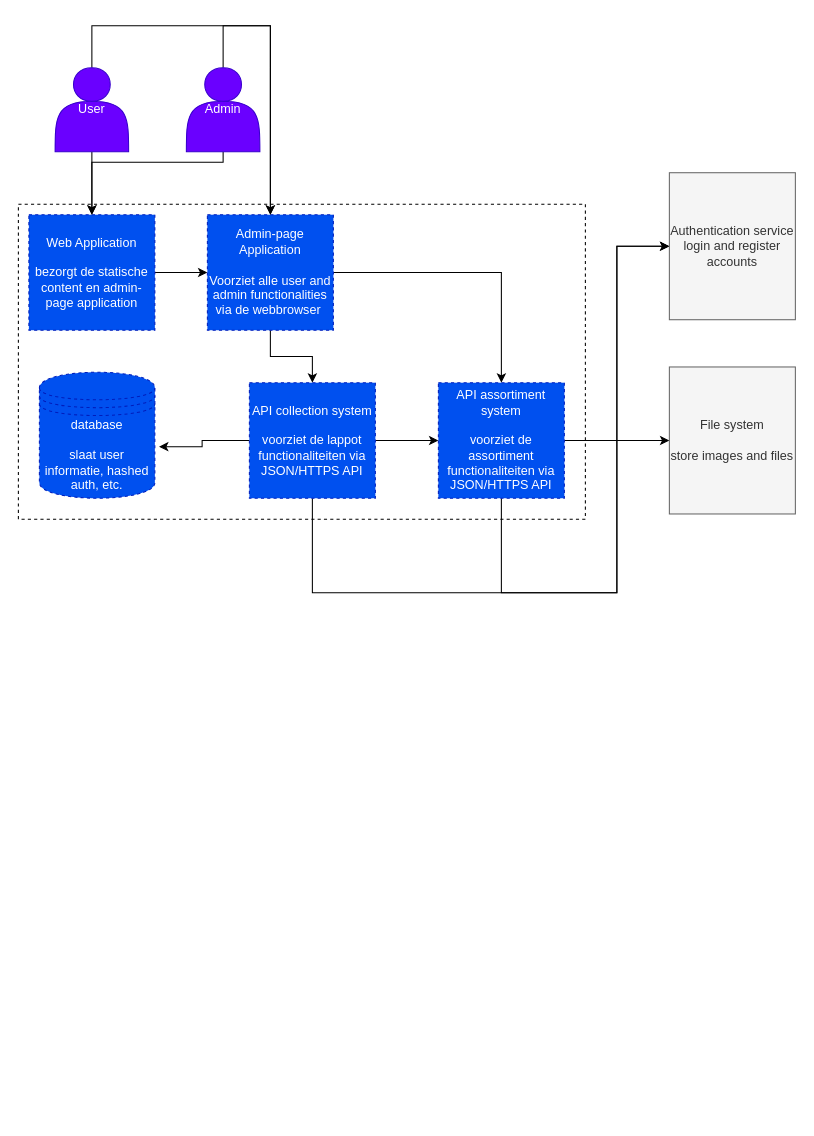
Earlier version of the draw.io diagram page "C2" (2 of 3) of documentatie/semester3 ip.drawio (Maarten14NL/CantineCollection). Source tidied: cells renumbered, new cells numbered last; positions are measured from the earlier drawing's top-left corner, leaving out a move shared by most shapes. Both pictures are drawn from the tidied source at 105%, with x=0, y=0 at pixel (18, 25).
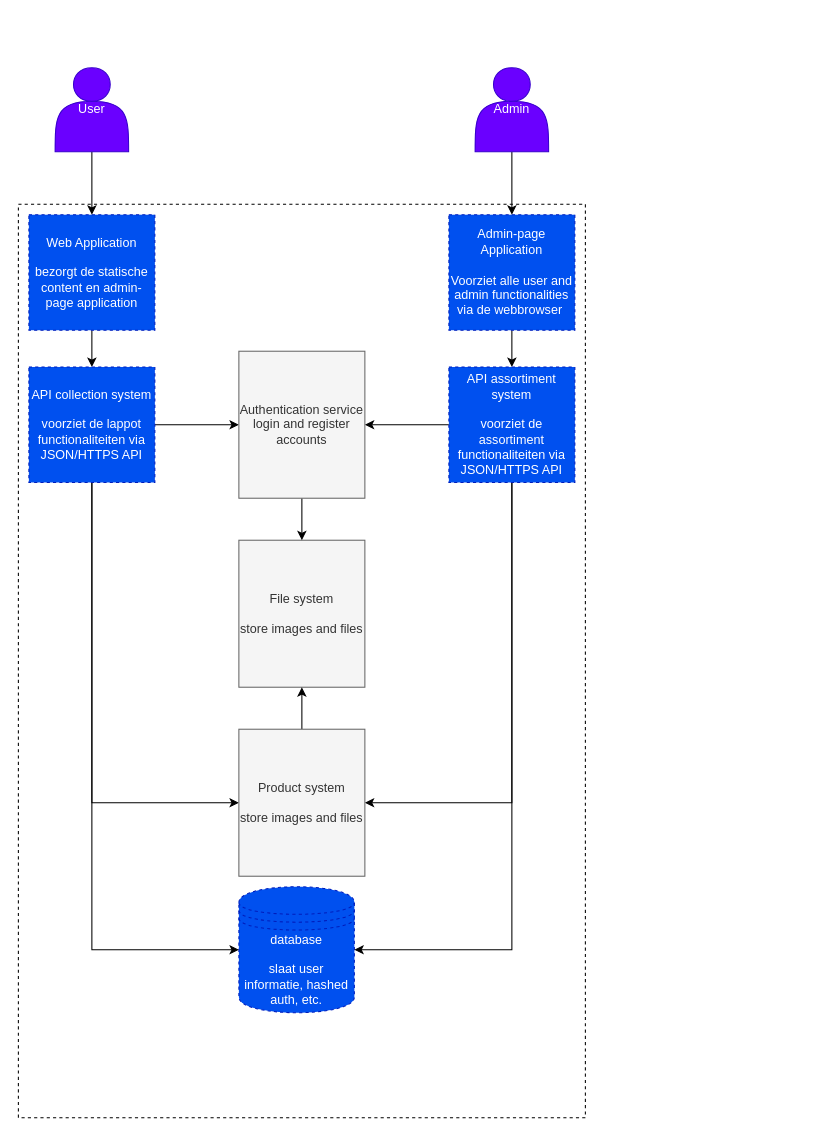
Above is the later version.

The change refers to these unchanged cells:
```xml
<mxCell id="4" value="Web Application&lt;br&gt;&lt;br&gt;bezorgt de statische content en admin-page application" style="rounded=0;whiteSpace=wrap;html=1;dashed=1;fillColor=#0050ef;strokeColor=#001DBC;fontColor=#ffffff;" parent="1" vertex="1">
  <mxGeometry x="10" y="180" width="120" height="110" as="geometry" />
</mxCell>
<mxCell id="18" value="User" style="shape=actor;whiteSpace=wrap;html=1;fillColor=#6a00ff;strokeColor=#3700CC;fontColor=#ffffff;" parent="1" vertex="1">
  <mxGeometry x="35" y="40" width="70" height="80" as="geometry" />
</mxCell>
```

Change to the diagram source:
```diff
@@
     <mxCell id="2" style="rounded=0;whiteSpace=wrap;html=1;fillColor=none;dashed=1;" parent="1" vertex="1">
-      <mxGeometry y="170" width="540" height="300" as="geometry" />
+      <mxGeometry y="170" width="540" height="870" as="geometry" />
     </mxCell>
-    <mxCell id="3" style="edgeStyle=orthogonalEdgeStyle;rounded=0;jettySize=auto;html=1;entryX=0;entryY=0.5;entryDx=0;entryDy=0;" parent="1" edge="1" source="4" target="7">
-      <mxGeometry relative="1" as="geometry" />
-    </mxCell>
+    <mxCell id="24" style="edgeStyle=orthogonalEdgeStyle;rounded=0;jettySize=auto;html=1;entryX=0.5;entryY=0;entryDx=0;entryDy=0;" parent="1" edge="1" source="4" target="12">
+      <mxGeometry relative="1" as="geometry" />
+    </mxCell>
@@
-    <mxCell id="5" style="edgeStyle=orthogonalEdgeStyle;rounded=0;jettySize=auto;html=1;entryX=0.5;entryY=0;entryDx=0;entryDy=0;" parent="1" edge="1" source="7" target="12">
-      <mxGeometry relative="1" as="geometry" />
-    </mxCell>
-    <mxCell id="6" style="edgeStyle=orthogonalEdgeStyle;rounded=0;jettySize=auto;html=1;" parent="1" edge="1" source="7" target="15">
+    <mxCell id="6" style="edgeStyle=orthogonalEdgeStyle;rounded=0;jettySize=auto;html=1;entryX=0.5;entryY=0;entryDx=0;entryDy=0;" parent="1" edge="1" source="7" target="15">
       <mxGeometry relative="1" as="geometry" />
     </mxCell>
     <mxCell id="7" value="Admin-page Application&lt;br&gt;&lt;br&gt;Voorziet alle user and admin functionalities via de webbrowser&amp;nbsp;" style="rounded=0;whiteSpace=wrap;html=1;dashed=1;fillColor=#0050ef;strokeColor=#001DBC;fontColor=#ffffff;" parent="1" vertex="1">
-      <mxGeometry x="180" y="180" width="120" height="110" as="geometry" />
+      <mxGeometry x="410" y="180" width="120" height="110" as="geometry" />
     </mxCell>
     <mxCell id="8" value="database&lt;br&gt;&lt;br&gt;slaat user informatie, hashed auth, etc." style="shape=datastore;whiteSpace=wrap;html=1;dashed=1;fillColor=#0050ef;strokeColor=#001DBC;fontColor=#ffffff;" parent="1" vertex="1">
-      <mxGeometry x="20" y="330" width="110" height="120" as="geometry" />
+      <mxGeometry x="210" y="820" width="110" height="120" as="geometry" />
     </mxCell>
+    <mxCell id="11" style="edgeStyle=orthogonalEdgeStyle;rounded=0;jettySize=auto;html=1;entryX=0;entryY=0.5;entryDx=0;entryDy=0;" parent="1" edge="1" source="12" target="23">
+      <mxGeometry relative="1" as="geometry" />
+    </mxCell>
+    <mxCell id="25" style="edgeStyle=orthogonalEdgeStyle;rounded=0;jettySize=auto;html=1;entryX=0;entryY=0.5;entryDx=0;entryDy=0;" parent="1" edge="1" source="12" target="30">
+      <mxGeometry relative="1" as="geometry">
+        <Array as="points">
+          <mxPoint x="70" y="740" />
+        </Array>
+      </mxGeometry>
+    </mxCell>
-    <mxCell id="9" style="edgeStyle=orthogonalEdgeStyle;rounded=0;jettySize=auto;html=1;entryX=1.036;entryY=0.591;entryDx=0;entryDy=0;entryPerimeter=0;" parent="1" edge="1" source="12" target="8">
-      <mxGeometry relative="1" as="geometry" />
+    <mxCell id="9" style="edgeStyle=orthogonalEdgeStyle;rounded=0;jettySize=auto;html=1;entryX=0;entryY=0.5;entryDx=0;entryDy=0;" parent="1" edge="1" source="12" target="8">
+      <mxGeometry relative="1" as="geometry">
+        <Array as="points">
+          <mxPoint x="70" y="880" />
+        </Array>
+      </mxGeometry>
     </mxCell>
-    <mxCell id="10" style="edgeStyle=orthogonalEdgeStyle;rounded=0;jettySize=auto;html=1;entryX=0;entryY=0.5;entryDx=0;entryDy=0;" parent="1" edge="1" source="12" target="15">
-      <mxGeometry relative="1" as="geometry" />
-    </mxCell>
-    <mxCell id="11" style="edgeStyle=orthogonalEdgeStyle;rounded=0;jettySize=auto;html=1;entryX=0;entryY=0.5;entryDx=0;entryDy=0;" parent="1" edge="1" source="12" target="23">
-      <mxGeometry relative="1" as="geometry">
-        <Array as="points">
-          <mxPoint x="280" y="540" />
-          <mxPoint x="570" y="540" />
-          <mxPoint x="570" y="210" />
-        </Array>
-      </mxGeometry>
-    </mxCell>
     <mxCell id="12" value="API collection system&lt;br&gt;&lt;br&gt;voorziet de lappot functionaliteiten via JSON/HTTPS API" style="rounded=0;whiteSpace=wrap;html=1;dashed=1;fillColor=#0050ef;strokeColor=#001DBC;fontColor=#ffffff;" parent="1" vertex="1">
-      <mxGeometry x="220" y="340" width="120" height="110" as="geometry" />
+      <mxGeometry x="10" y="325" width="120" height="110" as="geometry" />
     </mxCell>
-    <mxCell id="13" style="edgeStyle=orthogonalEdgeStyle;rounded=0;jettySize=auto;html=1;entryX=0;entryY=0.5;entryDx=0;entryDy=0;" parent="1" edge="1" source="15" target="22">
-      <mxGeometry relative="1" as="geometry" />
-    </mxCell>
-    <mxCell id="14" style="edgeStyle=orthogonalEdgeStyle;rounded=0;jettySize=auto;html=1;entryX=0;entryY=0.5;entryDx=0;entryDy=0;" parent="1" edge="1" source="15" target="23">
-      <mxGeometry relative="1" as="geometry">
-        <Array as="points">
-          <mxPoint x="460" y="540" />
-          <mxPoint x="570" y="540" />
-          <mxPoint x="570" y="210" />
-        </Array>
-      </mxGeometry>
+    <mxCell id="14" style="edgeStyle=orthogonalEdgeStyle;rounded=0;jettySize=auto;html=1;exitX=0;exitY=0.5;exitDx=0;exitDy=0;entryX=1;entryY=0.5;entryDx=0;entryDy=0;" parent="1" edge="1" source="15" target="23">
+      <mxGeometry relative="1" as="geometry" />
     </mxCell>
+    <mxCell id="26" style="edgeStyle=orthogonalEdgeStyle;rounded=0;jettySize=auto;html=1;entryX=1;entryY=0.5;entryDx=0;entryDy=0;" parent="1" edge="1" source="15" target="30">
+      <mxGeometry relative="1" as="geometry">
+        <Array as="points">
+          <mxPoint x="470" y="740" />
+        </Array>
+      </mxGeometry>
+    </mxCell>
+    <mxCell id="27" style="edgeStyle=orthogonalEdgeStyle;rounded=0;jettySize=auto;html=1;entryX=1;entryY=0.5;entryDx=0;entryDy=0;" parent="1" edge="1" source="15" target="8">
+      <mxGeometry relative="1" as="geometry">
+        <Array as="points">
+          <mxPoint x="470" y="880" />
+        </Array>
+      </mxGeometry>
+    </mxCell>
     <mxCell id="15" value="API assortiment system&lt;br&gt;&lt;br&gt;voorziet de assortiment functionaliteiten via JSON/HTTPS API" style="rounded=0;whiteSpace=wrap;html=1;dashed=1;fillColor=#0050ef;strokeColor=#001DBC;fontColor=#ffffff;" parent="1" vertex="1">
-      <mxGeometry x="400" y="340" width="120" height="110" as="geometry" />
+      <mxGeometry x="410" y="325" width="120" height="110" as="geometry" />
     </mxCell>
@@
-    <mxCell id="17" style="edgeStyle=orthogonalEdgeStyle;rounded=0;jettySize=auto;html=1;" parent="1" edge="1" source="18" target="7">
-      <mxGeometry relative="1" as="geometry">
-        <Array as="points">
-          <mxPoint x="70" />
-          <mxPoint x="240" />
-        </Array>
-      </mxGeometry>
-    </mxCell>
@@
-    <mxCell id="19" style="edgeStyle=orthogonalEdgeStyle;rounded=0;jettySize=auto;html=1;" parent="1" edge="1" source="21" target="4">
-      <mxGeometry relative="1" as="geometry">
-        <Array as="points">
-          <mxPoint x="195" y="130" />
-          <mxPoint x="70" y="130" />
-        </Array>
-      </mxGeometry>
-    </mxCell>
     <mxCell id="20" style="edgeStyle=orthogonalEdgeStyle;rounded=0;jettySize=auto;html=1;entryX=0.5;entryY=0;entryDx=0;entryDy=0;" parent="1" edge="1" source="21" target="7">
-      <mxGeometry relative="1" as="geometry">
-        <Array as="points">
-          <mxPoint x="195" />
-          <mxPoint x="240" />
-        </Array>
-      </mxGeometry>
+      <mxGeometry relative="1" as="geometry" />
     </mxCell>
     <mxCell id="21" value="Admin" style="shape=actor;whiteSpace=wrap;html=1;fillColor=#6a00ff;strokeColor=#3700CC;fontColor=#ffffff;" parent="1" vertex="1">
-      <mxGeometry x="160" y="40" width="70" height="80" as="geometry" />
+      <mxGeometry x="435" y="40" width="70" height="80" as="geometry" />
     </mxCell>
     <mxCell id="22" value="File system&lt;br&gt;&lt;br&gt;store images and files" style="rounded=0;whiteSpace=wrap;html=1;fillColor=#f5f5f5;strokeColor=#666666;fontColor=#333333;" parent="1" vertex="1">
-      <mxGeometry x="620" y="325" width="120" height="140" as="geometry" />
+      <mxGeometry x="210" y="490" width="120" height="140" as="geometry" />
     </mxCell>
+    <mxCell id="28" style="edgeStyle=orthogonalEdgeStyle;rounded=0;jettySize=auto;html=1;entryX=0.5;entryY=0;entryDx=0;entryDy=0;" parent="1" edge="1" source="23" target="22">
+      <mxGeometry relative="1" as="geometry" />
+    </mxCell>
     <mxCell id="23" value="Authentication service&lt;br&gt;login and register accounts" style="rounded=0;whiteSpace=wrap;html=1;fillColor=#f5f5f5;strokeColor=#666666;fontColor=#333333;" parent="1" vertex="1">
-      <mxGeometry x="620" y="140" width="120" height="140" as="geometry" />
+      <mxGeometry x="210" y="310" width="120" height="140" as="geometry" />
     </mxCell>
+    <mxCell id="29" style="edgeStyle=orthogonalEdgeStyle;rounded=0;jettySize=auto;html=1;entryX=0.5;entryY=1;entryDx=0;entryDy=0;" parent="1" edge="1" source="30" target="22">
+      <mxGeometry relative="1" as="geometry" />
+    </mxCell>
+    <mxCell id="30" value="Product system&lt;br&gt;&lt;br&gt;store images and files" style="rounded=0;whiteSpace=wrap;html=1;fillColor=#f5f5f5;strokeColor=#666666;fontColor=#333333;" parent="1" vertex="1">
+      <mxGeometry x="210" y="670" width="120" height="140" as="geometry" />
+    </mxCell>
```
